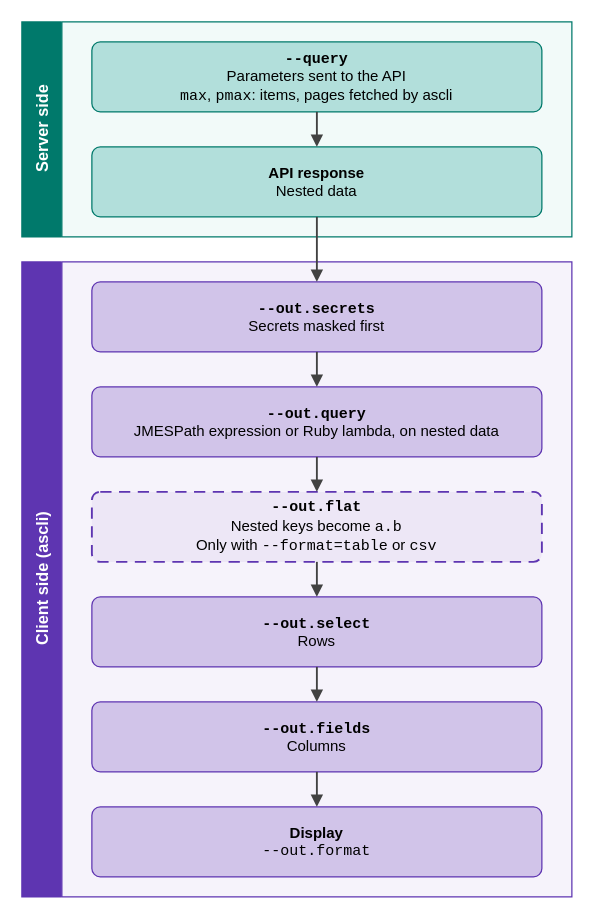
This is docs/filtering-order.drawio from IBM/aspera-cli, a draw.io file, before an edit. Source tidied: cells renumbered, new cells numbered last; positions are measured from the earlier drawing's top-left corner, leaving out a move shared by most shapes. Both pictures are drawn from the tidied source at 125%, with x=0, y=0 at pixel (21, 21).
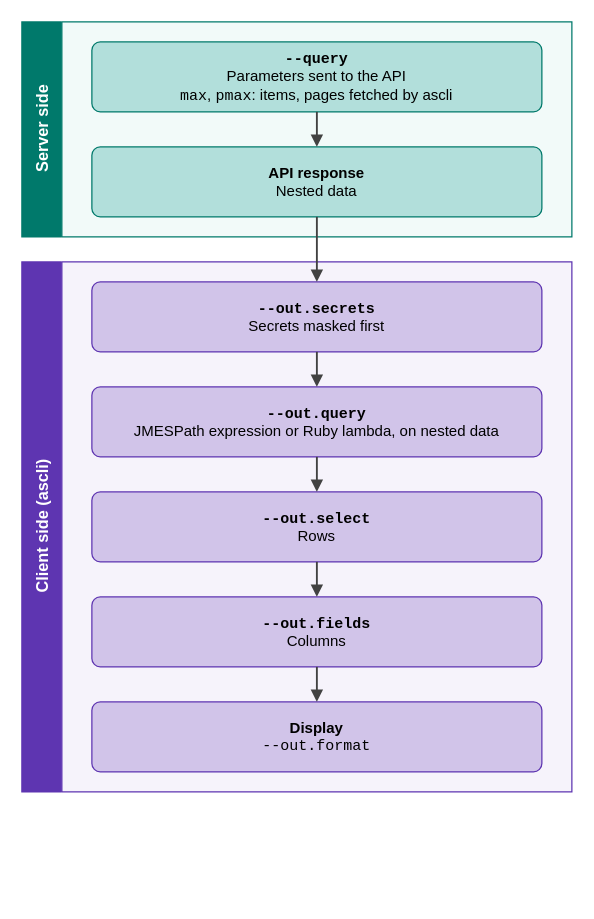
The same diagram, later.

Commit message (it also covers changes not shown here):
doc: filtering order: --out.flat removed (display only, select resolves dot-paths in all formats); --out.fields: dot-path only with table and csv, else --out.query multi-select hash

What changed in the source:
```diff
@@
 <mxGraphModel background="#FFFFFF">
   <root>
     <mxCell id="0" />
     <mxCell id="1" parent="0" />
     <mxCell id="2" value="Server side" style="swimlane;horizontal=0;startSize=32;html=1;fontSize=13;fontStyle=1;fillColor=#00796B;fontColor=#FFFFFF;strokeColor=#00796B;swimlaneFillColor=#F2FAF9;" parent="1" vertex="1">
       <mxGeometry width="440" height="172" as="geometry" />
     </mxCell>
     <mxCell id="3" value="&lt;font face=&quot;Courier New&quot;&gt;&lt;b&gt;--query&lt;/b&gt;&lt;/font&gt;&lt;br&gt;Parameters sent to the API&lt;br&gt;&lt;font face=&quot;Courier New&quot;&gt;max&lt;/font&gt;, &lt;font face=&quot;Courier New&quot;&gt;pmax&lt;/font&gt;: items, pages fetched by ascli" style="rounded=1;arcSize=12;whiteSpace=wrap;html=1;fontSize=12;fillColor=#B2DFDB;strokeColor=#00796B;fontColor=#000000;" parent="2" vertex="1">
       <mxGeometry x="56" y="16" width="360" height="56" as="geometry" />
     </mxCell>
     <mxCell id="4" value="&lt;b&gt;API response&lt;/b&gt;&lt;br&gt;Nested data" style="rounded=1;arcSize=12;whiteSpace=wrap;html=1;fontSize=12;fillColor=#B2DFDB;strokeColor=#00796B;fontColor=#000000;" parent="2" vertex="1">
       <mxGeometry x="56" y="100" width="360" height="56" as="geometry" />
     </mxCell>
     <mxCell id="5" value="Client side (ascli)" style="swimlane;horizontal=0;startSize=32;html=1;fontSize=13;fontStyle=1;fillColor=#5E35B1;fontColor=#FFFFFF;strokeColor=#5E35B1;swimlaneFillColor=#F6F3FB;" parent="1" vertex="1">
-      <mxGeometry y="192" width="440" height="508" as="geometry" />
+      <mxGeometry y="192" width="440" height="424" as="geometry" />
     </mxCell>
     <mxCell id="6" value="&lt;font face=&quot;Courier New&quot;&gt;&lt;b&gt;--out.secrets&lt;/b&gt;&lt;/font&gt;&lt;br&gt;Secrets masked first" style="rounded=1;arcSize=12;whiteSpace=wrap;html=1;fontSize=12;fillColor=#D1C4E9;strokeColor=#5E35B1;fontColor=#000000;" parent="5" vertex="1">
       <mxGeometry x="56" y="16" width="360" height="56" as="geometry" />
     </mxCell>
     <mxCell id="7" value="&lt;font face=&quot;Courier New&quot;&gt;&lt;b&gt;--out.query&lt;/b&gt;&lt;/font&gt;&lt;br&gt;JMESPath expression or Ruby lambda, on nested data" style="rounded=1;arcSize=12;whiteSpace=wrap;html=1;fontSize=12;fillColor=#D1C4E9;strokeColor=#5E35B1;fontColor=#000000;" parent="5" vertex="1">
       <mxGeometry x="56" y="100" width="360" height="56" as="geometry" />
     </mxCell>
-    <mxCell id="8" value="&lt;font face=&quot;Courier New&quot;&gt;&lt;b&gt;--out.flat&lt;/b&gt;&lt;/font&gt;&lt;br&gt;Nested keys become &lt;font face=&quot;Courier New&quot;&gt;a.b&lt;/font&gt;&lt;br&gt;Only with &lt;font face=&quot;Courier New&quot;&gt;--format=table&lt;/font&gt; or &lt;font face=&quot;Courier New&quot;&gt;csv&lt;/font&gt;" style="rounded=1;arcSize=12;whiteSpace=wrap;html=1;fontSize=12;fillColor=#EDE7F6;strokeColor=#5E35B1;fontColor=#000000;dashed=1;dashPattern=6 4;strokeWidth=1.5;" parent="5" vertex="1">
-      <mxGeometry x="56" y="184" width="360" height="56" as="geometry" />
-    </mxCell>
     <mxCell id="9" value="&lt;font face=&quot;Courier New&quot;&gt;&lt;b&gt;--out.select&lt;/b&gt;&lt;/font&gt;&lt;br&gt;Rows" style="rounded=1;arcSize=12;whiteSpace=wrap;html=1;fontSize=12;fillColor=#D1C4E9;strokeColor=#5E35B1;fontColor=#000000;" parent="5" vertex="1">
-      <mxGeometry x="56" y="268" width="360" height="56" as="geometry" />
+      <mxGeometry x="56" y="184" width="360" height="56" as="geometry" />
     </mxCell>
     <mxCell id="10" value="&lt;font face=&quot;Courier New&quot;&gt;&lt;b&gt;--out.fields&lt;/b&gt;&lt;/font&gt;&lt;br&gt;Columns" style="rounded=1;arcSize=12;whiteSpace=wrap;html=1;fontSize=12;fillColor=#D1C4E9;strokeColor=#5E35B1;fontColor=#000000;" parent="5" vertex="1">
-      <mxGeometry x="56" y="352" width="360" height="56" as="geometry" />
+      <mxGeometry x="56" y="268" width="360" height="56" as="geometry" />
     </mxCell>
     <mxCell id="11" value="&lt;b&gt;Display&lt;/b&gt;&lt;br&gt;&lt;font face=&quot;Courier New&quot;&gt;--out.format&lt;/font&gt;" style="rounded=1;arcSize=12;whiteSpace=wrap;html=1;fontSize=12;fillColor=#D1C4E9;strokeColor=#5E35B1;fontColor=#000000;" parent="5" vertex="1">
-      <mxGeometry x="56" y="436" width="360" height="56" as="geometry" />
+      <mxGeometry x="56" y="352" width="360" height="56" as="geometry" />
     </mxCell>
     <mxCell id="12" style="endArrow=block;endFill=1;html=1;strokeColor=#424242;strokeWidth=1.5;" parent="1" edge="1" source="3" target="4">
       <mxGeometry relative="1" as="geometry" />
     </mxCell>
     <mxCell id="13" style="endArrow=block;endFill=1;html=1;strokeColor=#424242;strokeWidth=1.5;" parent="1" edge="1" source="4" target="6">
       <mxGeometry relative="1" as="geometry" />
     </mxCell>
     <mxCell id="14" style="endArrow=block;endFill=1;html=1;strokeColor=#424242;strokeWidth=1.5;" parent="1" edge="1" source="6" target="7">
       <mxGeometry relative="1" as="geometry" />
     </mxCell>
-    <mxCell id="15" style="endArrow=block;endFill=1;html=1;strokeColor=#424242;strokeWidth=1.5;" parent="1" edge="1" source="7" target="8">
+    <mxCell id="15" style="endArrow=block;endFill=1;html=1;strokeColor=#424242;strokeWidth=1.5;" parent="1" edge="1" source="7" target="9">
       <mxGeometry relative="1" as="geometry" />
     </mxCell>
-    <mxCell id="16" style="endArrow=block;endFill=1;html=1;strokeColor=#424242;strokeWidth=1.5;" parent="1" edge="1" source="8" target="9">
+    <mxCell id="16" style="endArrow=block;endFill=1;html=1;strokeColor=#424242;strokeWidth=1.5;" parent="1" edge="1" source="9" target="10">
       <mxGeometry relative="1" as="geometry" />
     </mxCell>
-    <mxCell id="17" style="endArrow=block;endFill=1;html=1;strokeColor=#424242;strokeWidth=1.5;" parent="1" edge="1" source="9" target="10">
+    <mxCell id="17" style="endArrow=block;endFill=1;html=1;strokeColor=#424242;strokeWidth=1.5;" parent="1" edge="1" source="10" target="11">
       <mxGeometry relative="1" as="geometry" />
     </mxCell>
-    <mxCell id="18" style="endArrow=block;endFill=1;html=1;strokeColor=#424242;strokeWidth=1.5;" parent="1" edge="1" source="10" target="11">
-      <mxGeometry relative="1" as="geometry" />
-    </mxCell>
   </root>
 </mxGraphModel>
```
